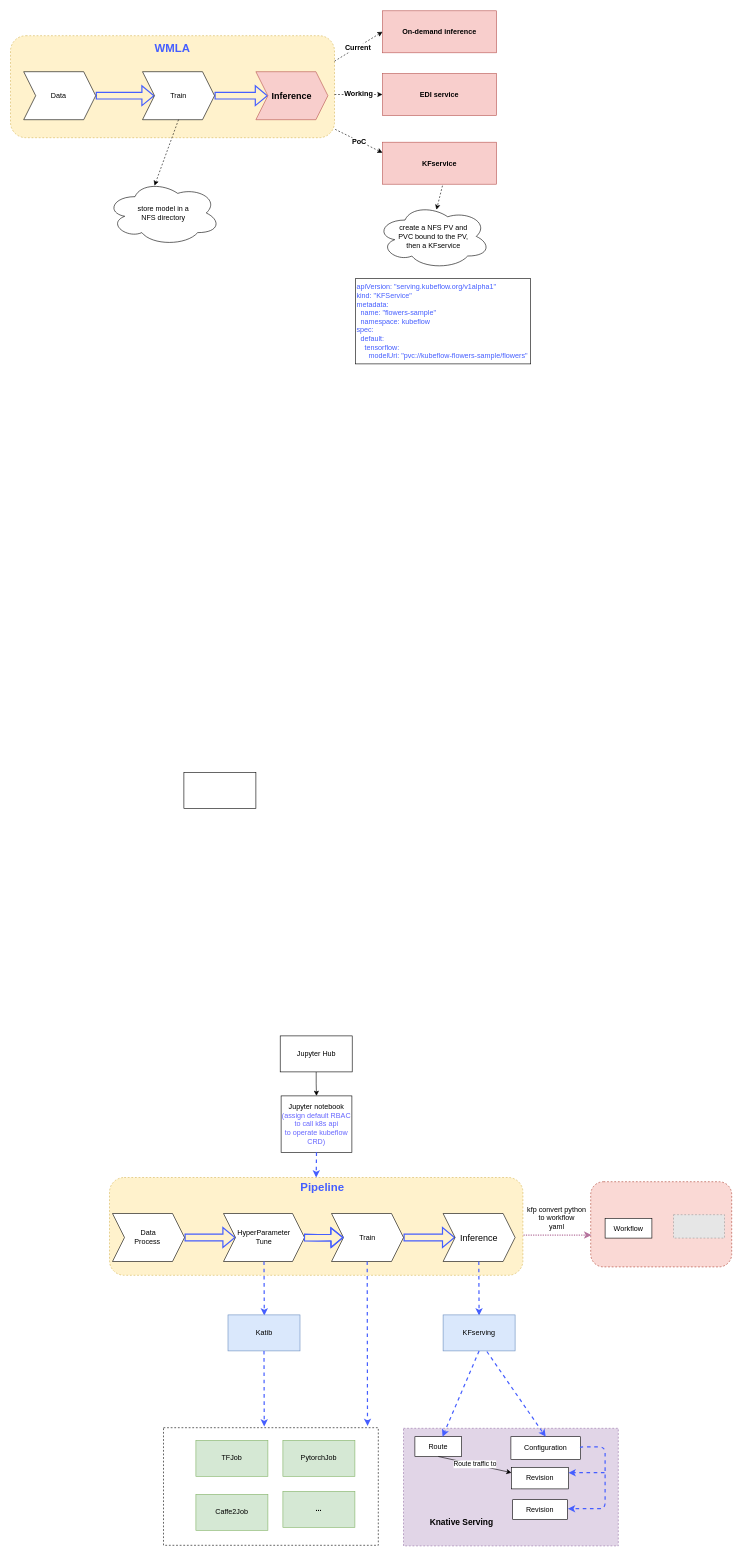
The draw.io diagram Untitled Diagram.drawio in hougangliu/chart, before the edit. Source tidied: cells renumbered, new cells numbered last; positions are measured from the earlier drawing's top-left corner, leaving out a move shared by most shapes. Both pictures are drawn from the tidied source at 60%, with x=0, y=0 at pixel (10, 10). Pictures stored in the file or linked from it are replaced by grey dashed boxes.
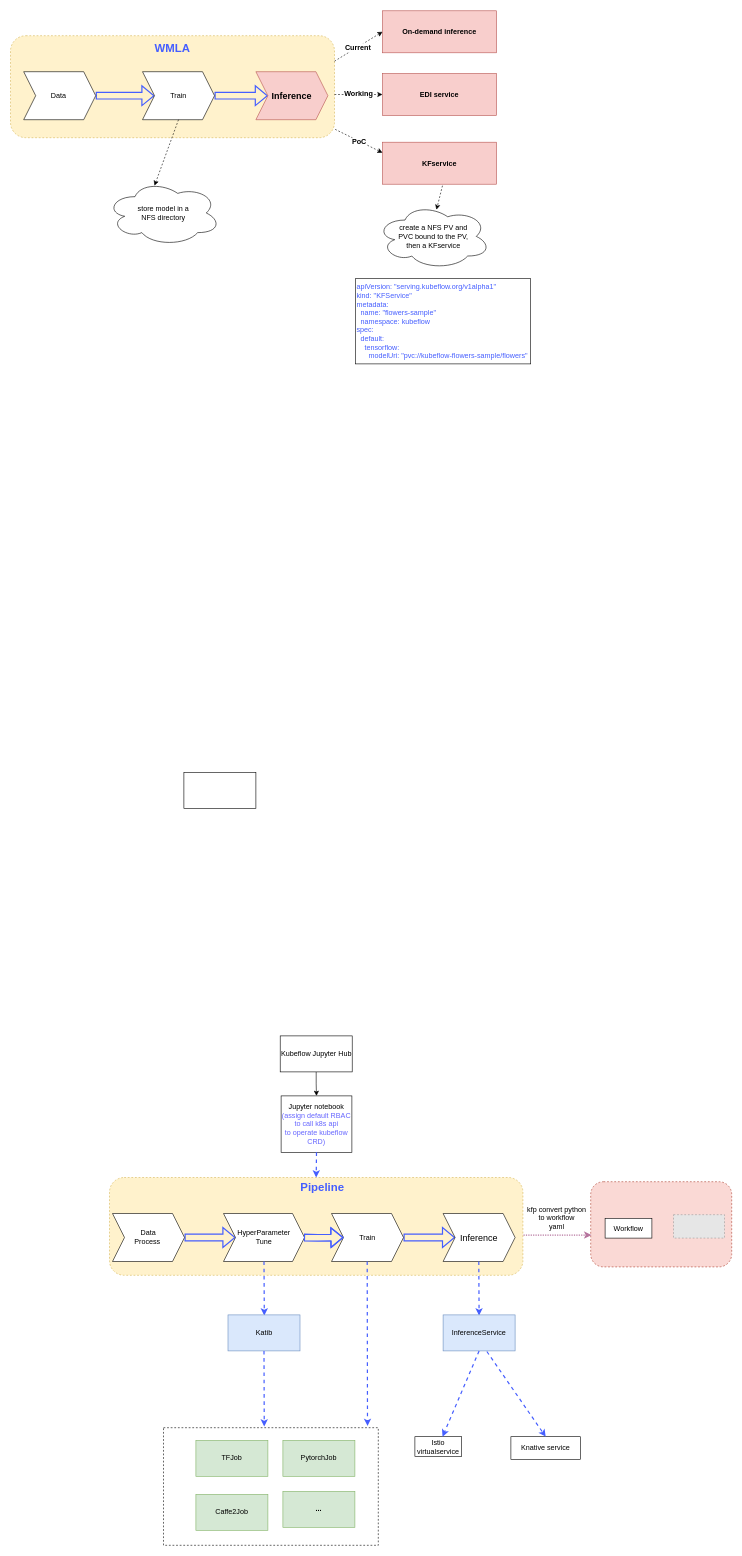
The same page after the edit.

The edit, as a diff of the source:
```diff
@@
-    <mxCell id="39" value="KFserving" style="rounded=0;whiteSpace=wrap;html=1;strokeColor=#6c8ebf;fillColor=#dae8fc;" parent="1" vertex="1">
+    <mxCell id="39" value="InferenceService" style="rounded=0;whiteSpace=wrap;html=1;strokeColor=#6c8ebf;fillColor=#dae8fc;" parent="1" vertex="1">
       <mxGeometry x="721" y="2174" width="120" height="60" as="geometry" />
     </mxCell>
@@
-    <mxCell id="45" style="rounded=0;whiteSpace=wrap;html=1;strokeColor=#9673a6;dashed=1;fillColor=#e1d5e7;" parent="1" vertex="1">
-      <mxGeometry x="655" y="2363" width="358" height="196" as="geometry" />
-    </mxCell>
-    <mxCell id="46" value="Route" style="rounded=0;whiteSpace=wrap;html=1;strokeColor=#000000;" parent="1" vertex="1">
+    <mxCell id="46" value="Istio virtualservice" style="rounded=0;whiteSpace=wrap;html=1;strokeColor=#000000;" parent="1" vertex="1">
       <mxGeometry x="674" y="2377" width="78" height="33" as="geometry" />
     </mxCell>
-    <mxCell id="47" value="Configuration" style="rounded=0;whiteSpace=wrap;html=1;strokeColor=#000000;" parent="1" vertex="1">
+    <mxCell id="47" value="Knative service" style="rounded=0;whiteSpace=wrap;html=1;strokeColor=#000000;" parent="1" vertex="1">
       <mxGeometry x="834" y="2377" width="116" height="38" as="geometry" />
     </mxCell>
-    <mxCell id="48" style="edgeStyle=segmentEdgeStyle;endArrow=classic;html=1;dashed=1;strokeColor=#455EFF;strokeWidth=2;exitX=1;exitY=0.5;exitDx=0;exitDy=0;" parent="1" edge="1" source="47">
-      <mxGeometry relative="1" as="geometry">
-        <mxPoint x="929" y="2497" as="targetPoint" />
-        <Array as="points">
-          <mxPoint x="991" y="2394" />
-          <mxPoint x="991" y="2497" />
-        </Array>
-      </mxGeometry>
-    </mxCell>
-    <mxCell id="49" value="Revision" style="rounded=0;whiteSpace=wrap;html=1;strokeColor=#000000;" parent="1" vertex="1">
-      <mxGeometry x="835" y="2428" width="95" height="36" as="geometry" />
-    </mxCell>
-    <mxCell id="50" value="Revision" style="rounded=0;whiteSpace=wrap;html=1;strokeColor=#000000;" parent="1" vertex="1">
-      <mxGeometry x="837" y="2482" width="91" height="33" as="geometry" />
-    </mxCell>
-    <mxCell id="51" style="endArrow=classic;html=1;dashed=1;strokeColor=#455EFF;strokeWidth=2;entryX=1;entryY=0.25;entryDx=0;entryDy=0;" parent="1" edge="1" target="49">
-      <mxGeometry relative="1" as="geometry">
-        <mxPoint x="990" y="2437" as="sourcePoint" />
-      </mxGeometry>
-    </mxCell>
@@
-    <mxCell id="54" value="Route traffic to" style="endArrow=classic;html=1;strokeColor=#000000;strokeWidth=1;entryX=0;entryY=0.25;entryDx=0;entryDy=0;exitX=0.5;exitY=1;exitDx=0;exitDy=0;" parent="1" edge="1" source="46" target="49">
-      <mxGeometry relative="1" as="geometry" />
-    </mxCell>
-    <mxCell id="55" value="&lt;b&gt;&lt;font style=&quot;font-size: 14px&quot;&gt;Knative Serving&lt;/font&gt;&lt;/b&gt;" style="text;html=1;strokeColor=none;fillColor=none;align=center;verticalAlign=middle;whiteSpace=wrap;rounded=0;" parent="1" vertex="1">
-      <mxGeometry x="687" y="2511" width="130" height="17" as="geometry" />
-    </mxCell>
@@
-    <mxCell id="61" value="Jupyter Hub" style="rounded=0;whiteSpace=wrap;html=1;strokeColor=#000000;" parent="1" vertex="1">
+    <mxCell id="61" value="Kubeflow Jupyter Hub" style="rounded=0;whiteSpace=wrap;html=1;strokeColor=#000000;" parent="1" vertex="1">
       <mxGeometry x="449.5" y="1709" width="120" height="60" as="geometry" />
     </mxCell>
```
